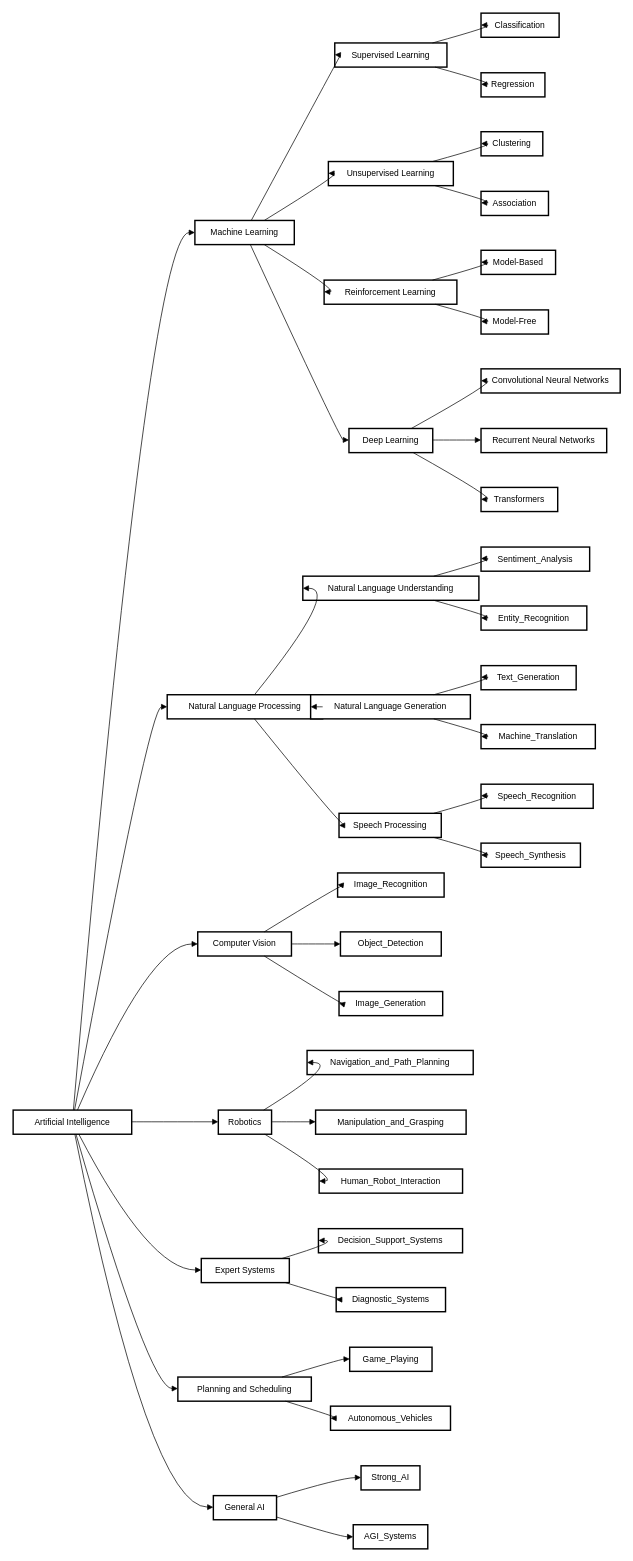
Above: Types of AI.drawio in thescottking/Draw.io-Sketches (draw.io), before the change. Source tidied: cells renumbered, new cells numbered last; positions are measured from the earlier drawing's top-left corner, leaving out a move shared by most shapes. Both pictures are drawn from the tidied source at 71%, with x=0, y=0 at pixel (13, 13).
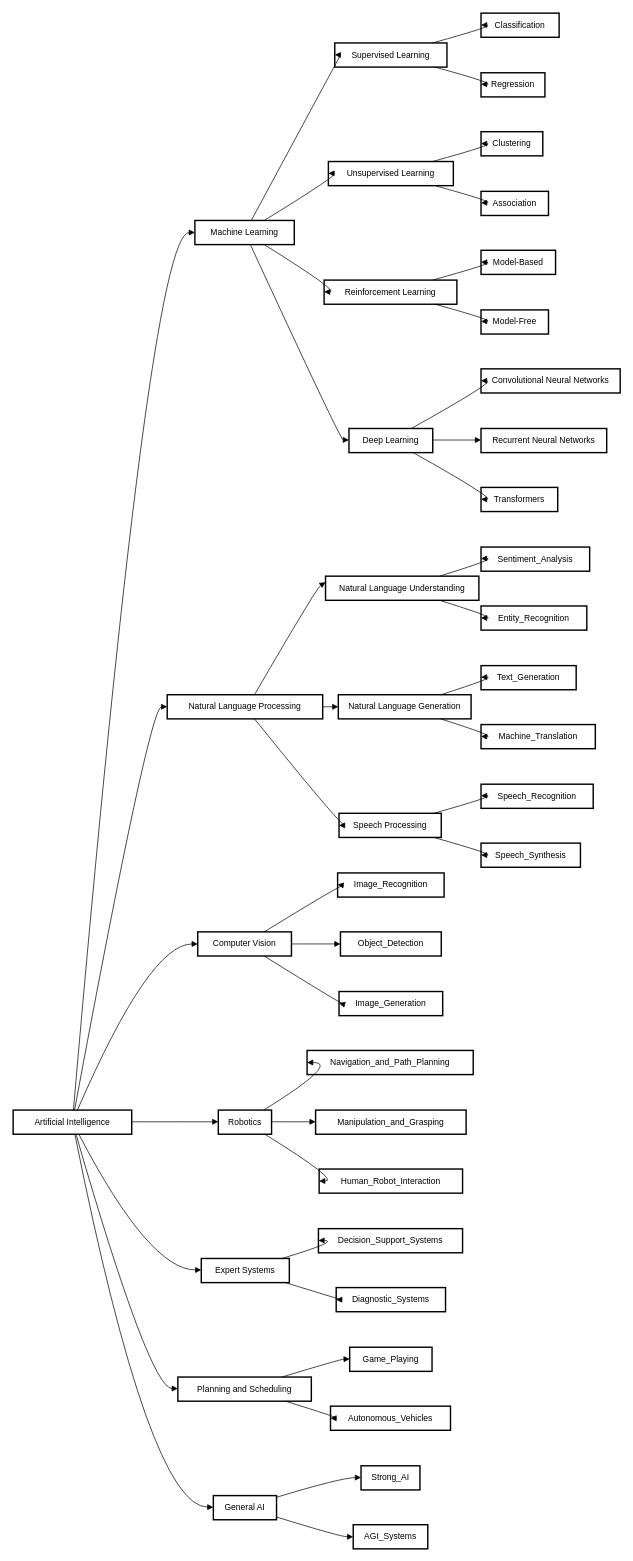
After the change.

The change refers to these unchanged cells:
```xml
<mxCell id="4" value="Natural Language Processing" style="whiteSpace=wrap;strokeWidth=2;hachureGap=4;fontFamily=Helvetica;" parent="1" vertex="1">
  <mxGeometry x="217" y="960" width="219" height="34" as="geometry" />
</mxCell>
```

Diff of the diagram source:
```diff
@@
     <mxCell id="23" value="Natural Language Understanding" style="whiteSpace=wrap;strokeWidth=2;hachureGap=4;fontFamily=Helvetica;" parent="1" vertex="1">
-      <mxGeometry x="408" y="793" width="248" height="34" as="geometry" />
+      <mxGeometry x="440" y="793" width="216" height="34" as="geometry" />
     </mxCell>
     <mxCell id="24" value="Natural Language Generation" style="whiteSpace=wrap;strokeWidth=2;hachureGap=4;fontFamily=Helvetica;" parent="1" vertex="1">
-      <mxGeometry x="419" y="960" width="225" height="34" as="geometry" />
+      <mxGeometry x="458" y="960" width="187" height="34" as="geometry" />
     </mxCell>
@@
-    <mxCell id="64" style="curved=1;startArrow=none;endArrow=block;exitX=0.5605344052904466;exitY=0.007352941176470588;entryX=-0.0013230846774193547;entryY=0.5;rounded=0;hachureGap=4;fontFamily=Helvetica;" parent="1" edge="1" source="4" target="23">
+    <mxCell id="64" style="curved=1;startArrow=none;endArrow=block;exitX=0.5605344052904466;exitY=0.007352941176470588;entryX=0;entryY=0.25;rounded=0;hachureGap=4;fontFamily=Helvetica;entryDx=0;entryDy=0;" parent="1" edge="1" source="4" target="23">
       <mxGeometry relative="1" as="geometry">
         <Array as="points">
-          <mxPoint x="461" y="810" />
+          <mxPoint x="427" y="810" />
         </Array>
       </mxGeometry>
     </mxCell>
```
